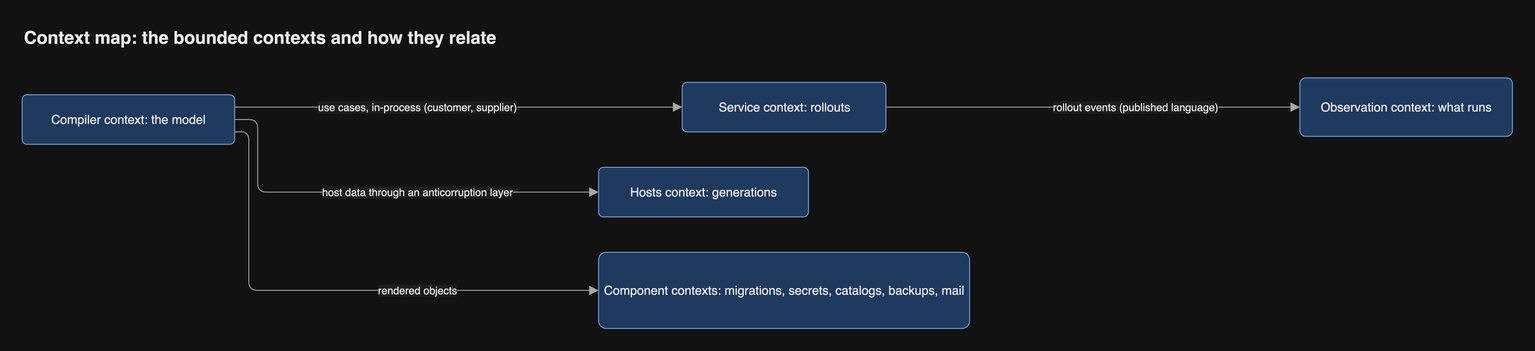
Above: docs/diagrams/png/context-map.png in JorisJonkers-dev/estate-kit (draw.io), before the change. Source tidied: cells renumbered, new cells last; positions are measured from the earlier drawing's top-left corner, leaving out a move shared by most shapes.
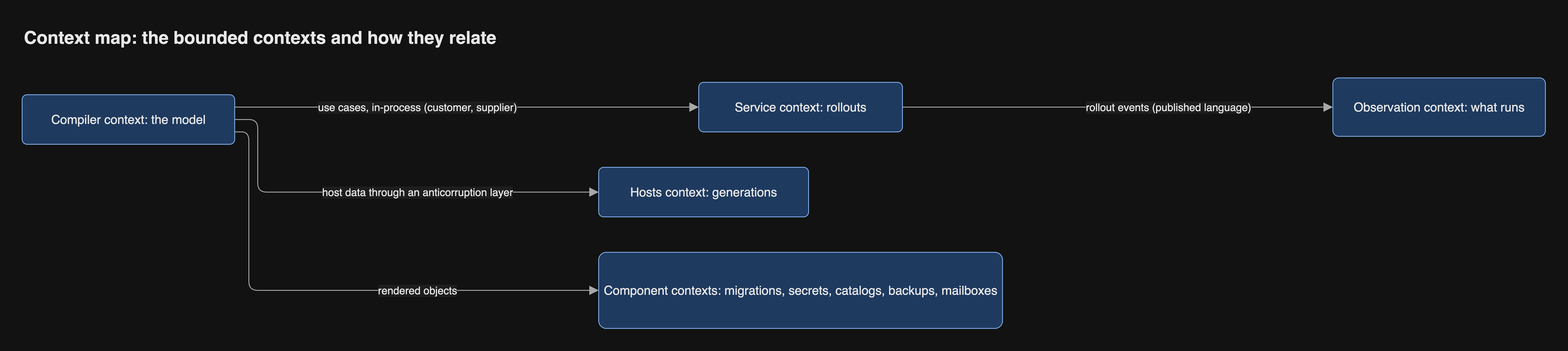
The same diagram one commit later.

Change to the diagram source:
```diff
@@ -6,31 +6,31 @@
       <mxGeometry y="83" width="240" height="56" as="geometry" />
     </mxCell>
     <mxCell id="3" value="Service context: rollouts" style="rounded=1;arcSize=10;html=1;whiteSpace=wrap;fontSize=14;fontColor=light-dark(#1a1a1a,#e8e8e8);fillColor=light-dark(#dae8fc,#1f3a5f);strokeColor=light-dark(#6c8ebf,#7aa7e0);fontFamily=Helvetica;" parent="1" vertex="1">
-      <mxGeometry x="745.5" y="69" width="230" height="56" as="geometry" />
+      <mxGeometry x="764" y="69" width="230" height="56" as="geometry" />
     </mxCell>
     <mxCell id="4" value="Observation context: what runs" style="rounded=1;arcSize=10;html=1;whiteSpace=wrap;fontSize=14;fontColor=light-dark(#1a1a1a,#e8e8e8);fillColor=light-dark(#dae8fc,#1f3a5f);strokeColor=light-dark(#6c8ebf,#7aa7e0);fontFamily=Helvetica;" parent="1" vertex="1">
-      <mxGeometry x="1443" y="64" width="240" height="66" as="geometry" />
+      <mxGeometry x="1480" y="64" width="240" height="66" as="geometry" />
     </mxCell>
     <mxCell id="5" value="Hosts context: generations" style="rounded=1;arcSize=10;html=1;whiteSpace=wrap;fontSize=14;fontColor=light-dark(#1a1a1a,#e8e8e8);fillColor=light-dark(#dae8fc,#1f3a5f);strokeColor=light-dark(#6c8ebf,#7aa7e0);fontFamily=Helvetica;" parent="1" vertex="1">
       <mxGeometry x="651" y="165" width="237" height="56" as="geometry" />
     </mxCell>
-    <mxCell id="6" value="Component contexts: migrations, secrets, catalogs, backups, mail" style="rounded=1;arcSize=10;html=1;whiteSpace=wrap;fontSize=14;fontColor=light-dark(#1a1a1a,#e8e8e8);fillColor=light-dark(#dae8fc,#1f3a5f);strokeColor=light-dark(#6c8ebf,#7aa7e0);fontFamily=Helvetica;" parent="1" vertex="1">
-      <mxGeometry x="651" y="261" width="419" height="86" as="geometry" />
+    <mxCell id="6" value="Component contexts: migrations, secrets, catalogs, backups, mailboxes" style="rounded=1;arcSize=10;html=1;whiteSpace=wrap;fontSize=14;fontColor=light-dark(#1a1a1a,#e8e8e8);fillColor=light-dark(#dae8fc,#1f3a5f);strokeColor=light-dark(#6c8ebf,#7aa7e0);fontFamily=Helvetica;" parent="1" vertex="1">
+      <mxGeometry x="651" y="261" width="456" height="86" as="geometry" />
     </mxCell>
     <mxCell id="7" value="use cases, in-process (customer, supplier)" style="html=1;rounded=1;fontSize=14;fontSize=12;fontColor=light-dark(#1a1a1a,#e8e8e8);strokeColor=light-dark(#666666,#a8a8a8);endArrow=block;endFill=1;endSize=8;curved=0;exitX=1;exitY=0.25;entryX=0;entryY=0.5;edgeStyle=orthogonalEdgeStyle;fontFamily=Helvetica;labelBackgroundColor=light-dark(#ffffff,#1e1e1e);" parent="1" edge="1" source="2" target="3">
       <mxGeometry relative="1" as="geometry">
         <Array as="points">
-          <mxPoint x="492.8" y="97" />
+          <mxPoint x="502" y="97" />
         </Array>
-        <mxPoint x="-47.2" as="offset" />
+        <mxPoint x="-56.5" as="offset" />
       </mxGeometry>
     </mxCell>
     <mxCell id="8" value="rollout events (published language)" style="html=1;rounded=1;fontSize=14;fontSize=12;fontColor=light-dark(#1a1a1a,#e8e8e8);strokeColor=light-dark(#666666,#a8a8a8);endArrow=block;endFill=1;endSize=8;curved=0;exitX=1;exitY=0.5;entryX=0;entryY=0.5;edgeStyle=orthogonalEdgeStyle;fontFamily=Helvetica;labelBackgroundColor=light-dark(#ffffff,#1e1e1e);" parent="1" edge="1" source="3" target="4">
       <mxGeometry relative="1" as="geometry">
         <Array as="points">
-          <mxPoint x="1209.2" y="97" />
+          <mxPoint x="1237" y="97" />
         </Array>
-        <mxPoint x="47.2" as="offset" />
+        <mxPoint x="56.5" as="offset" />
       </mxGeometry>
     </mxCell>
     <mxCell id="9" value="host data through an anticorruption layer" style="html=1;rounded=1;fontSize=14;fontSize=12;fontColor=light-dark(#1a1a1a,#e8e8e8);strokeColor=light-dark(#666666,#a8a8a8);endArrow=block;endFill=1;endSize=8;curved=0;exitX=1;exitY=0.5;entryX=0;entryY=0.5;edgeStyle=orthogonalEdgeStyle;fontFamily=Helvetica;labelBackgroundColor=light-dark(#ffffff,#1e1e1e);" parent="1" edge="1" source="2" target="5">
@@ -52,7 +52,7 @@
       </mxGeometry>
     </mxCell>
     <mxCell id="11" value="Context map: the bounded contexts and how they relate" style="text;html=1;whiteSpace=wrap;align=left;verticalAlign=middle;fontSize=20;fontStyle=1;fontColor=light-dark(#1a1a1a,#e8e8e8);fontFamily=Helvetica;" parent="1" vertex="1">
-      <mxGeometry width="1683" height="36" as="geometry" />
+      <mxGeometry width="1720" height="36" as="geometry" />
     </mxCell>
   </root>
 </mxGraphModel>
```
